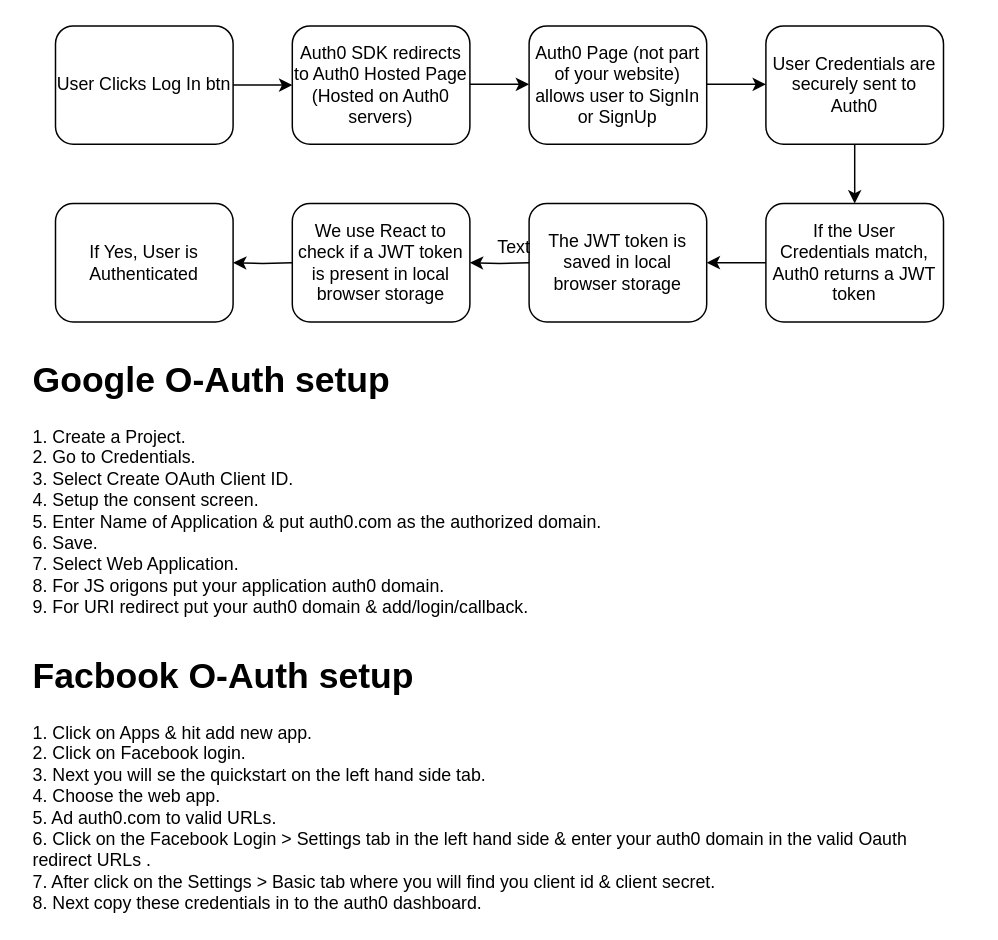
This is Untitled Diagram.drawio from trieungochai/Auth0-Flowchart, a draw.io file, before an edit. Source tidied: cells renumbered, new cells numbered last; positions are measured from the earlier drawing's top-left corner, leaving out a move shared by most shapes. Both pictures are drawn from the tidied source at 148%, with x=0, y=0 at pixel (25, 25).
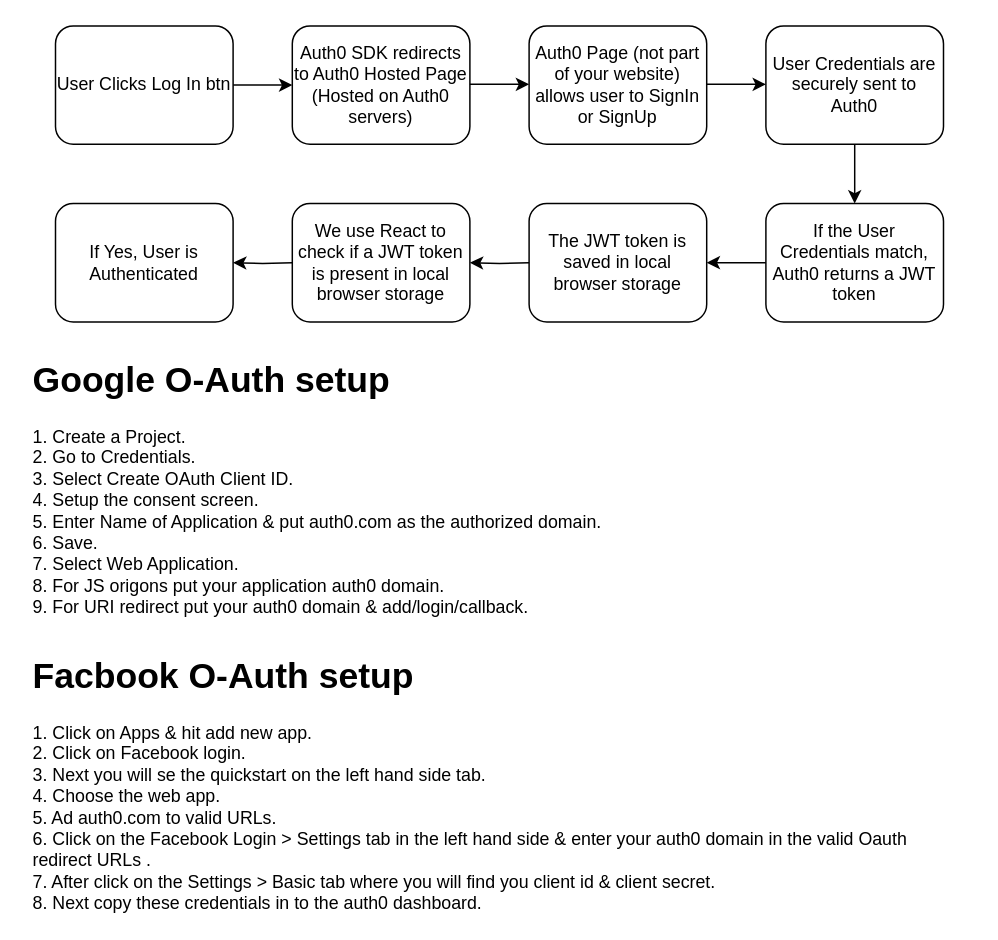
Above is the later version.

What changed in the source:
```diff
@@
-    <mxCell id="17" value="Text" style="text;html=1;strokeColor=none;fillColor=none;align=center;verticalAlign=middle;whiteSpace=wrap;rounded=0;" parent="1" vertex="1">
-      <mxGeometry x="310" y="140" width="40" height="20" as="geometry" />
-    </mxCell>
```
